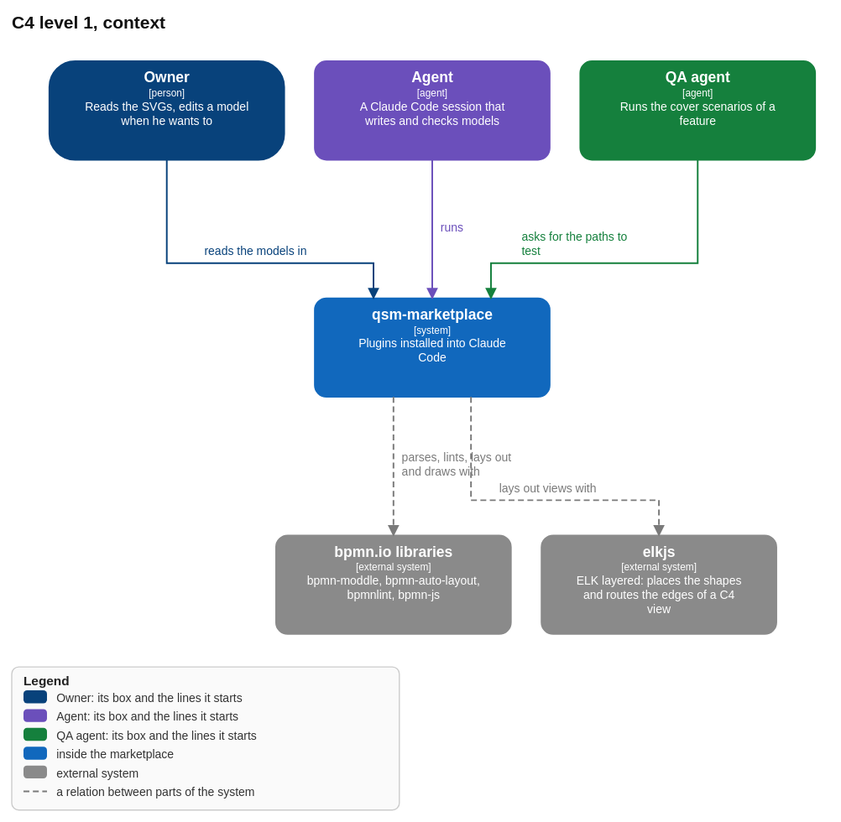
Before: openspec/changes/strict-visual-models/models/qsm-models.context.drawio.svg, a diagram exported from draw.io (qsmark-labs/qsm-marketplace). Source tidied: cells renumbered, new cells last; positions are measured from the earlier drawing's top-left corner, leaving out a move shared by most shapes.
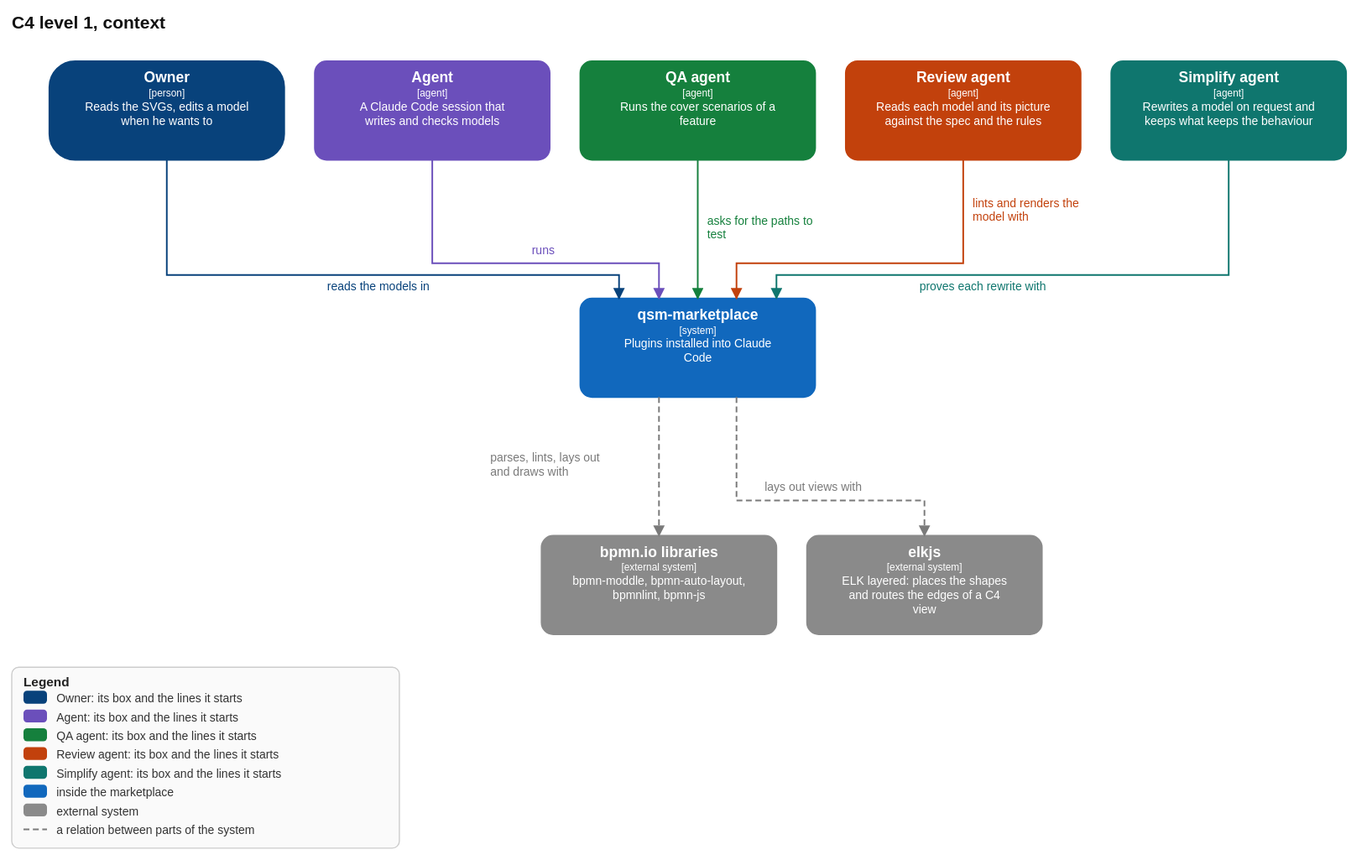
The same file after the commit.

What changed in the source:
```diff
@@ -2,7 +2,7 @@
   <root>
     <mxCell id="0" />
     <mxCell id="1" parent="0" />
-    <object id="2" label="&lt;b&gt;%c4Name%&lt;/b&gt;&lt;div&gt;[%c4Type%%c4TechnologySep%%c4Technology%]&lt;/div&gt;&lt;div style=&quot;font-size:11px&quot;&gt;%c4Description%&lt;/div&gt;" c4Colour="blue" c4Description="Reads the SVGs, edits a model when he wants to" c4Id="owner" c4Name="Owner" c4Tags="" c4Technology="" c4TechnologySep="" c4Type="Person" placeholders="1">
+    <object id="2" label="&lt;b&gt;%c4Name%&lt;/b&gt;&lt;div&gt;[%c4Type%%c4TechnologySep%%c4Technology%]&lt;/div&gt;&lt;div style=&quot;font-size:11px&quot;&gt;%c4Description%&lt;/div&gt;" c4Colour="navy" c4Description="Reads the SVGs, edits a model when he wants to" c4Id="owner" c4Name="Owner" c4Tags="" c4Technology="" c4TechnologySep="" c4Type="Person" placeholders="1">
       <mxCell style="rounded=1;whiteSpace=wrap;html=1;arcSize=26;fillColor=#08427b;strokeColor=#08427b;fontColor=#ffffff;" parent="1" vertex="1">
         <mxGeometry width="200" height="84" as="geometry" />
       </mxCell>
@@ -17,60 +17,90 @@
         <mxGeometry x="452" width="200" height="84" as="geometry" />
       </mxCell>
     </object>
-    <object id="5" label="&lt;b&gt;%c4Name%&lt;/b&gt;&lt;div&gt;[%c4Type%%c4TechnologySep%%c4Technology%]&lt;/div&gt;&lt;div style=&quot;font-size:11px&quot;&gt;%c4Description%&lt;/div&gt;" c4Description="ELK layered: places the shapes and routes the edges of a C4 view" c4Id="elk" c4Name="elkjs" c4Tags="external" c4Technology="" c4TechnologySep="" c4Type="Software System" placeholders="1">
-      <mxCell style="rounded=1;whiteSpace=wrap;html=1;arcSize=10;fillColor=#8a8a8a;strokeColor=#8a8a8a;fontColor=#ffffff;" parent="1" vertex="1">
-        <mxGeometry x="419" y="404" width="200" height="84" as="geometry" />
+    <object id="5" label="&lt;b&gt;%c4Name%&lt;/b&gt;&lt;div&gt;[%c4Type%%c4TechnologySep%%c4Technology%]&lt;/div&gt;&lt;div style=&quot;font-size:11px&quot;&gt;%c4Description%&lt;/div&gt;" c4Colour="orange" c4Description="Reads each model and its picture against the spec and the rules" c4Id="reviewer" c4Name="Review agent" c4Tags="agent" c4Technology="" c4TechnologySep="" c4Type="Software System" placeholders="1">
+      <mxCell style="rounded=1;whiteSpace=wrap;html=1;arcSize=10;fillColor=#c2410c;strokeColor=#c2410c;fontColor=#ffffff;" parent="1" vertex="1">
+        <mxGeometry x="678" width="200" height="84" as="geometry" />
       </mxCell>
     </object>
-    <object id="6" label="&lt;b&gt;%c4Name%&lt;/b&gt;&lt;div&gt;[%c4Type%%c4TechnologySep%%c4Technology%]&lt;/div&gt;&lt;div style=&quot;font-size:11px&quot;&gt;%c4Description%&lt;/div&gt;" c4Description="bpmn-moddle, bpmn-auto-layout, bpmnlint, bpmn-js" c4Id="bpmnio" c4Name="bpmn.io libraries" c4Tags="external" c4Technology="" c4TechnologySep="" c4Type="Software System" placeholders="1">
-      <mxCell style="rounded=1;whiteSpace=wrap;html=1;arcSize=10;fillColor=#8a8a8a;strokeColor=#8a8a8a;fontColor=#ffffff;" parent="1" vertex="1">
-        <mxGeometry x="193" y="404" width="200" height="84" as="geometry" />
+    <object id="6" label="&lt;b&gt;%c4Name%&lt;/b&gt;&lt;div&gt;[%c4Type%%c4TechnologySep%%c4Technology%]&lt;/div&gt;&lt;div style=&quot;font-size:11px&quot;&gt;%c4Description%&lt;/div&gt;" c4Colour="teal" c4Description="Rewrites a model on request and keeps what keeps the behaviour" c4Id="simplifier" c4Name="Simplify agent" c4Tags="agent" c4Technology="" c4TechnologySep="" c4Type="Software System" placeholders="1">
+      <mxCell style="rounded=1;whiteSpace=wrap;html=1;arcSize=10;fillColor=#0f766e;strokeColor=#0f766e;fontColor=#ffffff;" parent="1" vertex="1">
+        <mxGeometry x="904" width="200" height="84" as="geometry" />
       </mxCell>
     </object>
-    <object id="7" label="&lt;b&gt;%c4Name%&lt;/b&gt;&lt;div&gt;[%c4Type%%c4TechnologySep%%c4Technology%]&lt;/div&gt;&lt;div style=&quot;font-size:11px&quot;&gt;%c4Description%&lt;/div&gt;" c4Description="Plugins installed into Claude Code" c4Id="mp" c4Name="qsm-marketplace" c4Tags="" c4Technology="" c4TechnologySep="" c4Type="Software System" placeholders="1">
-      <mxCell style="rounded=1;whiteSpace=wrap;html=1;arcSize=10;fillColor=#1168bd;strokeColor=#1168bd;fontColor=#ffffff;" parent="1" vertex="1">
-        <mxGeometry x="226" y="202" width="200" height="84" as="geometry" />
+    <object id="7" label="&lt;b&gt;%c4Name%&lt;/b&gt;&lt;div&gt;[%c4Type%%c4TechnologySep%%c4Technology%]&lt;/div&gt;&lt;div style=&quot;font-size:11px&quot;&gt;%c4Description%&lt;/div&gt;" c4Description="ELK layered: places the shapes and routes the edges of a C4 view" c4Id="elk" c4Name="elkjs" c4Tags="external" c4Technology="" c4TechnologySep="" c4Type="Software System" placeholders="1">
+      <mxCell style="rounded=1;whiteSpace=wrap;html=1;arcSize=10;fillColor=#8a8a8a;strokeColor=#8a8a8a;fontColor=#ffffff;" parent="1" vertex="1">
+        <mxGeometry x="645" y="404" width="200" height="84" as="geometry" />
       </mxCell>
     </object>
-    <object id="8" label="%c4Description%" c4Description="runs" c4Type="Relationship" placeholders="1">
-      <mxCell style="edgeStyle=orthogonalEdgeStyle;rounded=1;endArrow=blockThin;endFill=1;html=1;fontSize=10;strokeColor=#6b4fbb;fontColor=#6b4fbb;strokeWidth=1.4;" parent="1" edge="1" source="3" target="7">
-        <mxGeometry relative="1" as="geometry" />
+    <object id="8" label="&lt;b&gt;%c4Name%&lt;/b&gt;&lt;div&gt;[%c4Type%%c4TechnologySep%%c4Technology%]&lt;/div&gt;&lt;div style=&quot;font-size:11px&quot;&gt;%c4Description%&lt;/div&gt;" c4Description="bpmn-moddle, bpmn-auto-layout, bpmnlint, bpmn-js" c4Id="bpmnio" c4Name="bpmn.io libraries" c4Tags="external" c4Technology="" c4TechnologySep="" c4Type="Software System" placeholders="1">
+      <mxCell style="rounded=1;whiteSpace=wrap;html=1;arcSize=10;fillColor=#8a8a8a;strokeColor=#8a8a8a;fontColor=#ffffff;" parent="1" vertex="1">
+        <mxGeometry x="419" y="404" width="200" height="84" as="geometry" />
       </mxCell>
     </object>
-    <object id="9" label="%c4Description%" c4Description="asks for the paths to test" c4Type="Relationship" placeholders="1">
-      <mxCell style="edgeStyle=orthogonalEdgeStyle;rounded=1;endArrow=blockThin;endFill=1;html=1;fontSize=10;strokeColor=#15803d;fontColor=#15803d;strokeWidth=1.4;" parent="1" edge="1" source="4" target="7">
-        <mxGeometry relative="1" as="geometry">
-          <Array as="points">
-            <mxPoint x="552" y="172" />
-            <mxPoint x="376" y="172" />
-          </Array>
-        </mxGeometry>
+    <object id="9" label="&lt;b&gt;%c4Name%&lt;/b&gt;&lt;div&gt;[%c4Type%%c4TechnologySep%%c4Technology%]&lt;/div&gt;&lt;div style=&quot;font-size:11px&quot;&gt;%c4Description%&lt;/div&gt;" c4Description="Plugins installed into Claude Code" c4Id="mp" c4Name="qsm-marketplace" c4Tags="" c4Technology="" c4TechnologySep="" c4Type="Software System" placeholders="1">
+      <mxCell style="rounded=1;whiteSpace=wrap;html=1;arcSize=10;fillColor=#1168bd;strokeColor=#1168bd;fontColor=#ffffff;" parent="1" vertex="1">
+        <mxGeometry x="452" y="202" width="200" height="84" as="geometry" />
       </mxCell>
     </object>
-    <object id="10" label="%c4Description%" c4Description="reads the models in" c4Type="Relationship" placeholders="1">
-      <mxCell style="edgeStyle=orthogonalEdgeStyle;rounded=1;endArrow=blockThin;endFill=1;html=1;fontSize=10;strokeColor=#08427b;fontColor=#08427b;strokeWidth=1.4;" parent="1" edge="1" source="2" target="7">
+    <object id="10" label="%c4Description%" c4Description="runs" c4Type="Relationship" placeholders="1">
+      <mxCell style="edgeStyle=orthogonalEdgeStyle;rounded=1;endArrow=blockThin;endFill=1;html=1;fontSize=10;strokeColor=#6b4fbb;fontColor=#6b4fbb;strokeWidth=1.4;" parent="1" edge="1" source="3" target="9">
         <mxGeometry relative="1" as="geometry">
           <Array as="points">
-            <mxPoint x="100" y="172" />
-            <mxPoint x="276" y="172" />
+            <mxPoint x="326" y="172" />
+            <mxPoint x="519" y="172" />
           </Array>
         </mxGeometry>
       </mxCell>
     </object>
-    <object id="11" label="%c4Description%" c4Description="parses, lints, lays out and draws with" c4Type="Relationship" placeholders="1">
-      <mxCell style="edgeStyle=orthogonalEdgeStyle;rounded=1;endArrow=blockThin;endFill=1;html=1;fontSize=10;strokeColor=#7a7a7a;fontColor=#7a7a7a;strokeWidth=1.4;dashed=1;" parent="1" edge="1" source="7" target="6">
+    <object id="11" label="%c4Description%" c4Description="asks for the paths to test" c4Type="Relationship" placeholders="1">
+      <mxCell style="edgeStyle=orthogonalEdgeStyle;rounded=1;endArrow=blockThin;endFill=1;html=1;fontSize=10;strokeColor=#15803d;fontColor=#15803d;strokeWidth=1.4;" parent="1" edge="1" source="4" target="9">
         <mxGeometry relative="1" as="geometry" />
       </mxCell>
     </object>
-    <object id="12" label="%c4Description%" c4Description="lays out views with" c4Type="Relationship" placeholders="1">
-      <mxCell style="edgeStyle=orthogonalEdgeStyle;rounded=1;endArrow=blockThin;endFill=1;html=1;fontSize=10;strokeColor=#7a7a7a;fontColor=#7a7a7a;strokeWidth=1.4;dashed=1;" parent="1" edge="1" source="7" target="5">
+    <object id="12" label="%c4Description%" c4Description="lints and renders the model with" c4Type="Relationship" placeholders="1">
+      <mxCell style="edgeStyle=orthogonalEdgeStyle;rounded=1;endArrow=blockThin;endFill=1;html=1;fontSize=10;strokeColor=#c2410c;fontColor=#c2410c;strokeWidth=1.4;" parent="1" edge="1" source="5" target="9">
         <mxGeometry relative="1" as="geometry">
           <Array as="points">
-            <mxPoint x="359" y="374" />
-            <mxPoint x="519" y="374" />
+            <mxPoint x="778" y="172" />
+            <mxPoint x="585" y="172" />
           </Array>
         </mxGeometry>
       </mxCell>
     </object>
+    <object id="13" label="%c4Description%" c4Description="proves each rewrite with" c4Type="Relationship" placeholders="1">
+      <mxCell style="edgeStyle=orthogonalEdgeStyle;rounded=1;endArrow=blockThin;endFill=1;html=1;fontSize=10;strokeColor=#0f766e;fontColor=#0f766e;strokeWidth=1.4;" parent="1" edge="1" source="6" target="9">
+        <mxGeometry relative="1" as="geometry">
+          <Array as="points">
+            <mxPoint x="1004" y="182" />
+            <mxPoint x="619" y="182" />
+          </Array>
+        </mxGeometry>
+      </mxCell>
+    </object>
+    <object id="14" label="%c4Description%" c4Description="reads the models in" c4Type="Relationship" placeholders="1">
+      <mxCell style="edgeStyle=orthogonalEdgeStyle;rounded=1;endArrow=blockThin;endFill=1;html=1;fontSize=10;strokeColor=#08427b;fontColor=#08427b;strokeWidth=1.4;" parent="1" edge="1" source="2" target="9">
+        <mxGeometry relative="1" as="geometry">
+          <Array as="points">
+            <mxPoint x="100" y="182" />
+            <mxPoint x="485" y="182" />
+          </Array>
+        </mxGeometry>
+      </mxCell>
+    </object>
+    <object id="15" label="%c4Description%" c4Description="parses, lints, lays out and draws with" c4Type="Relationship" placeholders="1">
+      <mxCell style="edgeStyle=orthogonalEdgeStyle;rounded=1;endArrow=blockThin;endFill=1;html=1;fontSize=10;strokeColor=#7a7a7a;fontColor=#7a7a7a;strokeWidth=1.4;dashed=1;" parent="1" edge="1" source="9" target="8">
+        <mxGeometry relative="1" as="geometry" />
+      </mxCell>
+    </object>
+    <object id="16" label="%c4Description%" c4Description="lays out views with" c4Type="Relationship" placeholders="1">
+      <mxCell style="edgeStyle=orthogonalEdgeStyle;rounded=1;endArrow=blockThin;endFill=1;html=1;fontSize=10;strokeColor=#7a7a7a;fontColor=#7a7a7a;strokeWidth=1.4;dashed=1;" parent="1" edge="1" source="9" target="7">
+        <mxGeometry relative="1" as="geometry">
+          <Array as="points">
+            <mxPoint x="585" y="374" />
+            <mxPoint x="745" y="374" />
+          </Array>
+        </mxGeometry>
+      </mxCell>
+    </object>
   </root>
 </mxGraphModel>
```
